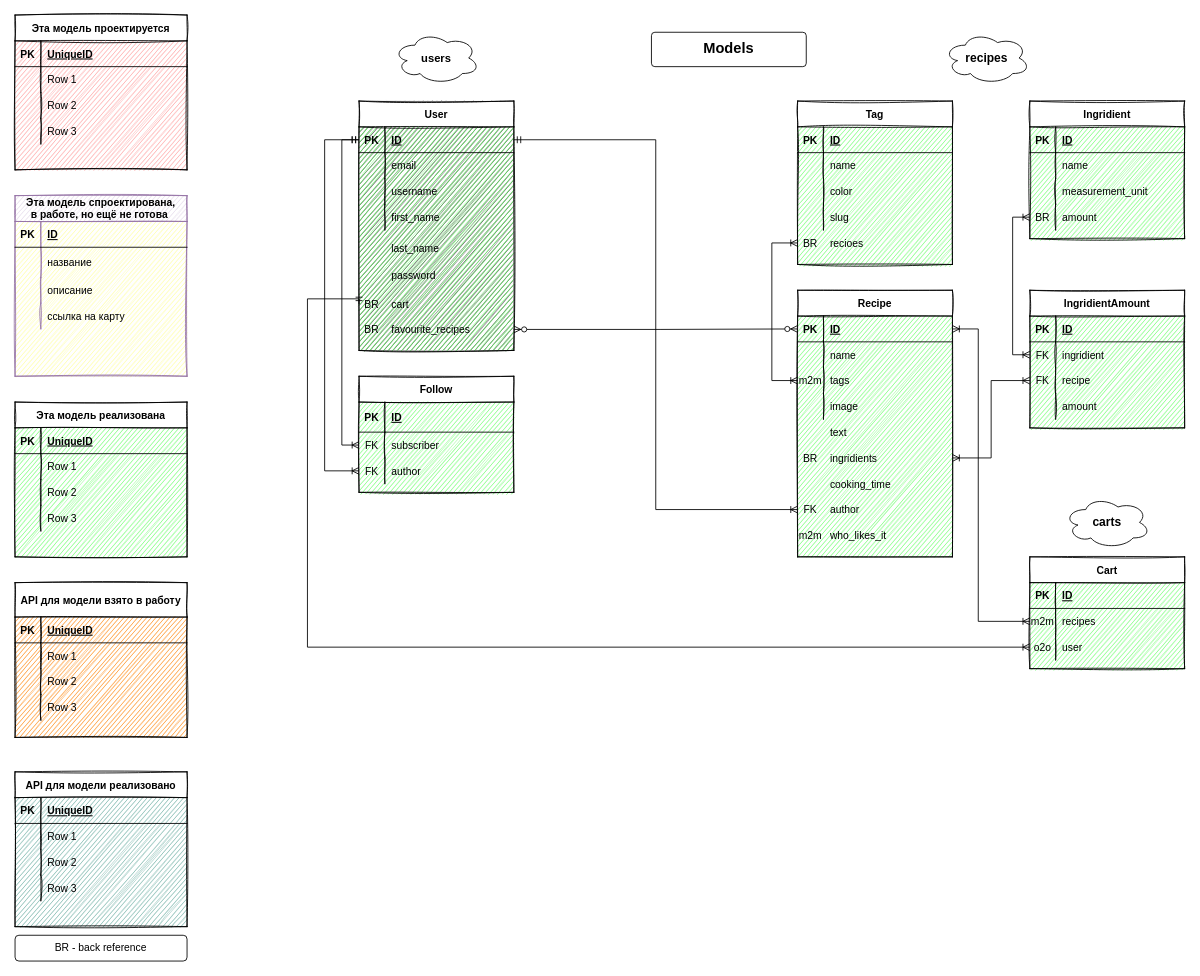
Earlier version of the draw.io diagram backend/db_schema.drawio (evi1ghost/foodgram-project-react). Source tidied: cells renumbered, new cells numbered last; positions are measured from the earlier drawing's top-left corner, leaving out a move shared by most shapes. Both pictures are drawn from the tidied source at 86%, with x=0, y=0 at pixel (15, 15).
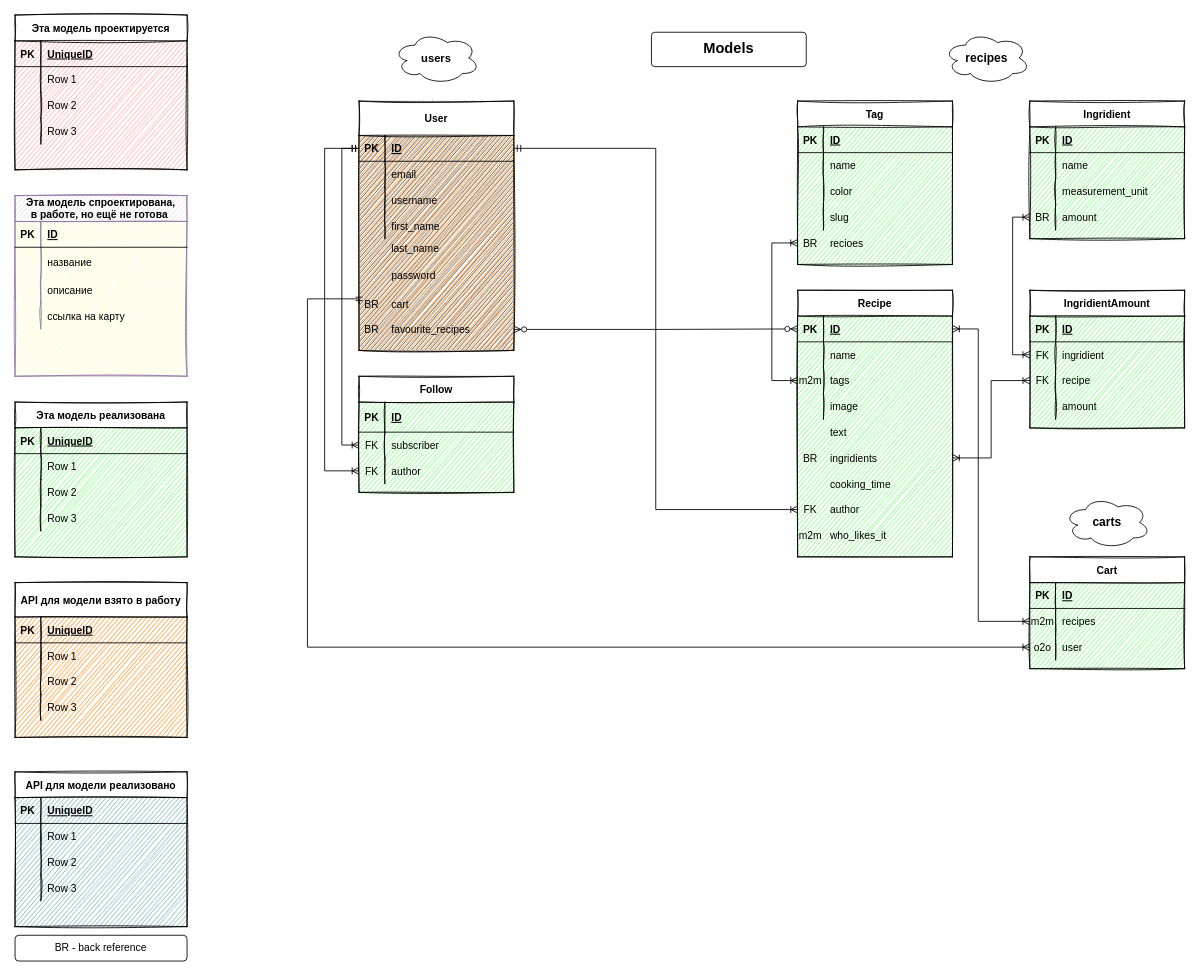
After the change.

The change refers to these unchanged cells:
```xml
<mxCell id="28" style="group;rounded=0;fontStyle=1;verticalAlign=middle;strokeColor=#f0f0f0;fillColor=#2a2a2a;swimlaneFillColor=#66FF66;startSize=30;sketch=1;" parent="1" vertex="1">
  <mxGeometry x="400" y="100" width="180" height="290" as="geometry" />
</mxCell>
```

The edit, as a diff of the source:
```diff
@@
-    <mxCell id="29" value="User" style="shape=table;startSize=30;childLayout=tableLayout;rowLines=0;fontStyle=1;align=center;rounded=0;swimlaneFillColor=#66FF66;sketch=1;" parent="28" vertex="1">
+    <mxCell id="29" value="User" style="shape=table;startSize=40;childLayout=tableLayout;rowLines=0;fontStyle=1;align=center;rounded=0;swimlaneFillColor=#FF8000;sketch=1;" parent="28" vertex="1">
       <mxGeometry width="180" height="290" as="geometry" />
     </mxCell>
     <mxCell id="30" style="shape=partialRectangle;fillColor=none;top=0;left=0;bottom=1;right=0;points=[[0,0.5],[1,0.5]];portConstraint=eastwest;" parent="29" vertex="1">
-      <mxGeometry y="30" width="180" height="30" as="geometry" />
+      <mxGeometry y="40" width="180" height="30" as="geometry" />
     </mxCell>
@@
     <mxCell id="33" style="shape=partialRectangle;fillColor=none;top=0;left=0;bottom=0;right=0;" parent="29" vertex="1">
-      <mxGeometry y="60" width="180" height="30" as="geometry" />
+      <mxGeometry y="70" width="180" height="30" as="geometry" />
     </mxCell>
@@
     <mxCell id="36" style="shape=partialRectangle;fillColor=none;top=0;left=0;bottom=0;right=0;" parent="29" vertex="1">
-      <mxGeometry y="90" width="180" height="30" as="geometry" />
+      <mxGeometry y="100" width="180" height="30" as="geometry" />
     </mxCell>
@@
     <mxCell id="39" style="shape=partialRectangle;fillColor=none;top=0;left=0;bottom=0;right=0;" parent="29" vertex="1">
-      <mxGeometry y="120" width="180" height="30" as="geometry" />
+      <mxGeometry y="130" width="180" height="30" as="geometry" />
     </mxCell>
```
